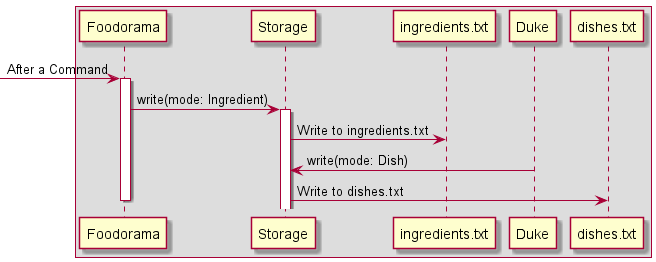
Before: docs/images/storage_write_sequence.png, a diagram exported from PlantUML (nus-cs2113-AY2122S1/tp).
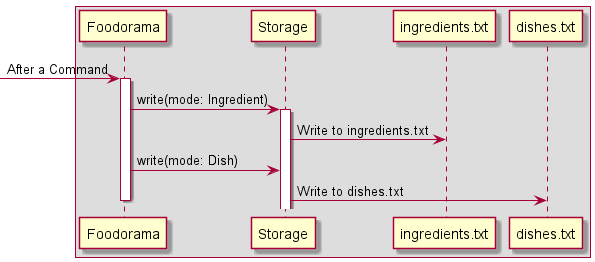
After the commit.

Change to the diagram source:
```diff
@@ -6,7 +6,7 @@
 Foodorama -> Storage: write(mode: Ingredient)
 activate Storage
 Storage -> ingredients.txt : Write to ingredients.txt
-Duke -> Storage: write(mode: Dish)
+Foodorama -> Storage: write(mode: Dish)
 Storage -> dishes.txt: Write to dishes.txt
 deactivate Foodorama
 
```
